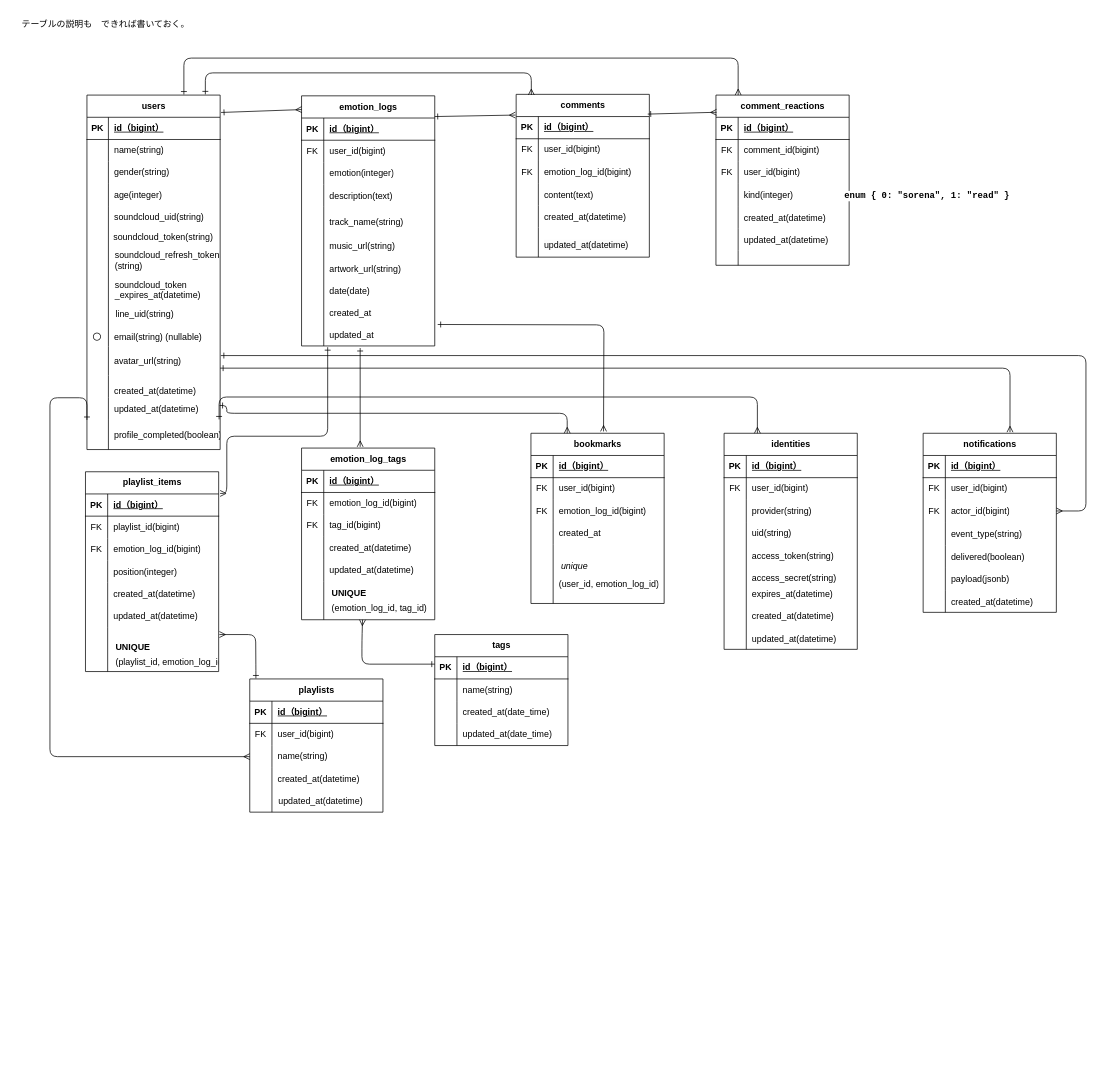
Earlier version of the draw.io diagram docs/diagrams/emotion_music_er.drawio (morikkosan/emotion_music_box). Source tidied: cells renumbered, new cells numbered last; positions are measured from the earlier drawing's top-left corner, leaving out a move shared by most shapes. Both pictures are drawn from the tidied source at 74%, with x=0, y=0 at pixel (13, 13).
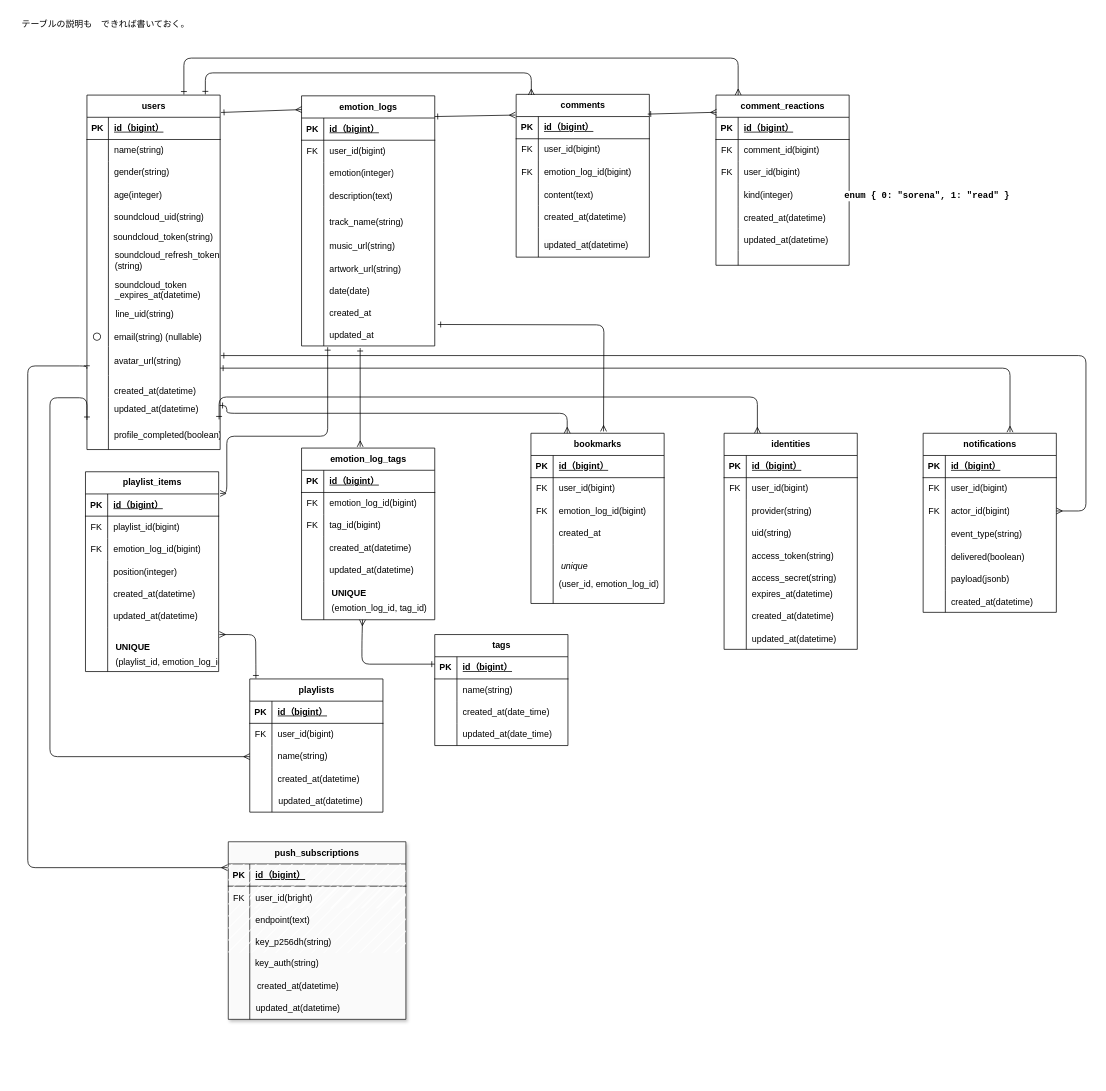
The same page after the edit.

Commit message (it also covers changes not shown here):
docs:read meの修正　er図のテーブル追加　#98

The change refers to these unchanged cells:
```xml
<mxCell id="18" style="shape=tableRow;horizontal=0;startSize=0;swimlaneHead=0;swimlaneBody=0;fillColor=none;points=[[0,0.5],[1,0.5]];portConstraint=eastwest;top=0;left=0;right=0;bottom=0;" parent="2" vertex="1">
  <mxGeometry y="340" width="180" height="39" as="geometry" />
</mxCell>
```

Diff of the diagram source:
```diff
@@
-<mxGraphModel>
+<mxGraphModel background="#ffffff">
@@
+    <mxCell id="301" style="fontSize=12;html=1;endArrow=ERmany;startArrow=ERone;startFill=0;endFill=0;strokeColor=default;edgeStyle=orthogonalEdgeStyle;exitX=-0.001;exitY=0.764;exitDx=0;exitDy=0;exitPerimeter=0;" parent="1" edge="1" source="18">
+      <mxGeometry relative="1" as="geometry">
+        <mxPoint x="290" y="1155" as="targetPoint" />
+        <Array as="points">
+          <mxPoint x="100" y="477" />
+          <mxPoint x="20" y="477" />
+          <mxPoint x="20" y="1155" />
+        </Array>
+      </mxGeometry>
+    </mxCell>
+    <mxCell id="302" value="push_subscriptions" style="shape=table;startSize=30;childLayout=tableLayout;rowLines=0;fontStyle=1;align=center;shadow=1;swimlaneFillColor=default;strokeColor=default;strokeWidth=1;perimeterSpacing=0;opacity=90;fillColor=default;gradientColor=none;fillStyle=auto;swimlaneLine=1;rounded=0;spacing=3;" parent="1" vertex="1">
+      <mxGeometry x="291" y="1120" width="240" height="240" as="geometry" />
+    </mxCell>
+    <mxCell id="303" style="shape=tableRow;horizontal=0;startSize=0;swimlaneHead=0;swimlaneBody=0;fillColor=default;top=0;left=0;right=0;bottom=1;gradientColor=none;fillStyle=hatch;swimlaneLine=1;" parent="302" vertex="1">
+      <mxGeometry y="30" width="240" height="30" as="geometry" />
+    </mxCell>
+    <mxCell id="304" value="PK" style="shape=partialRectangle;fillColor=default;top=0;left=0;bottom=0;right=0;fontStyle=1;overflow=hidden;gradientColor=none;fillStyle=hatch;swimlaneLine=1;" parent="303" vertex="1">
+      <mxGeometry width="29" height="30" as="geometry" />
+    </mxCell>
+    <mxCell id="305" value="id（bigint）" style="shape=partialRectangle;fillColor=default;top=0;left=0;bottom=0;right=0;align=left;spacingLeft=6;fontStyle=5;overflow=hidden;gradientColor=none;fillStyle=hatch;swimlaneLine=1;" parent="303" vertex="1">
+      <mxGeometry x="29" width="211" height="30" as="geometry" />
+    </mxCell>
+    <mxCell id="306" style="shape=tableRow;horizontal=0;startSize=0;swimlaneHead=0;swimlaneBody=0;fillColor=default;top=0;left=0;right=0;bottom=0;gradientColor=none;fillStyle=hatch;swimlaneLine=1;" parent="302" vertex="1">
+      <mxGeometry y="60" width="240" height="30" as="geometry" />
+    </mxCell>
+    <mxCell id="307" value="FK" style="shape=partialRectangle;fillColor=default;top=0;left=0;bottom=0;right=0;overflow=hidden;gradientColor=none;fillStyle=hatch;swimlaneLine=1;" parent="306" vertex="1">
+      <mxGeometry width="29" height="30" as="geometry" />
+    </mxCell>
+    <mxCell id="308" value="user_id(bright)" style="shape=partialRectangle;fillColor=default;top=0;left=0;bottom=0;right=0;align=left;spacingLeft=6;overflow=hidden;strokeWidth=3;perimeterSpacing=2;gradientColor=none;fillStyle=hatch;swimlaneLine=1;" parent="306" vertex="1">
+      <mxGeometry x="29" width="211" height="30" as="geometry" />
+    </mxCell>
+    <mxCell id="309" style="shape=tableRow;horizontal=0;startSize=0;swimlaneHead=0;swimlaneBody=0;fillColor=default;top=0;left=0;right=0;bottom=0;gradientColor=none;fillStyle=hatch;swimlaneLine=1;" parent="302" vertex="1">
+      <mxGeometry y="90" width="240" height="30" as="geometry" />
+    </mxCell>
+    <mxCell id="310" style="shape=partialRectangle;fillColor=default;top=0;left=0;bottom=0;right=0;overflow=hidden;gradientColor=none;fillStyle=hatch;swimlaneLine=1;" parent="309" vertex="1">
+      <mxGeometry width="29" height="30" as="geometry" />
+    </mxCell>
+    <mxCell id="311" value="endpoint(text)" style="shape=partialRectangle;fillColor=default;top=0;left=0;bottom=0;right=0;align=left;spacingLeft=6;overflow=hidden;gradientColor=none;fillStyle=hatch;swimlaneLine=1;" parent="309" vertex="1">
+      <mxGeometry x="29" width="211" height="30" as="geometry" />
+    </mxCell>
+    <mxCell id="312" style="shape=tableRow;horizontal=0;startSize=0;swimlaneHead=0;swimlaneBody=0;fillColor=default;points=[[0,0.5],[1,0.5]];portConstraint=eastwest;top=0;left=0;right=0;bottom=0;gradientColor=none;fillStyle=hatch;swimlaneLine=1;" parent="302" vertex="1">
+      <mxGeometry y="120" width="240" height="30" as="geometry" />
+    </mxCell>
+    <mxCell id="313" style="shape=partialRectangle;fillColor=default;top=0;left=0;bottom=0;right=0;overflow=hidden;gradientColor=none;fillStyle=hatch;swimlaneLine=1;" parent="312" vertex="1">
+      <mxGeometry width="29" height="30" as="geometry" />
+    </mxCell>
+    <mxCell id="314" value="key_p256dh(string)" style="shape=partialRectangle;fillColor=default;top=0;left=0;bottom=0;right=0;align=left;spacingLeft=6;overflow=hidden;noLabel=0;labelPadding=0;gradientColor=none;fillStyle=hatch;swimlaneLine=1;" parent="312" vertex="1">
+      <mxGeometry x="29" width="211" height="30" as="geometry" />
+    </mxCell>
+    <mxCell id="315" style="endArrow=none;html=1;exitX=0.121;exitY=1;exitDx=0;exitDy=0;exitPerimeter=0;" parent="1" edge="1" source="312">
+      <mxGeometry relative="1" as="geometry">
+        <mxPoint x="320" y="1360" as="targetPoint" />
+      </mxGeometry>
+    </mxCell>
+    <mxCell id="316" style="shape=table;startSize=0;childLayout=tableLayout;fontSize=11;fillColor=none;strokeColor=none;" parent="1" vertex="1">
+      <mxGeometry x="350" y="1090" width="60" height="60" as="geometry" />
+    </mxCell>
+    <mxCell id="317" style="shape=table;startSize=0;childLayout=tableLayout;fontSize=11;fillColor=none;strokeColor=none;" parent="1" vertex="1">
+      <mxGeometry x="350" y="1090" width="60" height="60" as="geometry" />
+    </mxCell>
+    <mxCell id="318" value="key_auth(string)" style="text;html=1;align=center;verticalAlign=middle;strokeColor=none;fillColor=none;" parent="1" vertex="1">
+      <mxGeometry x="315" y="1270" width="110" height="30" as="geometry" />
+    </mxCell>
+    <mxCell id="319" style="shape=table;startSize=0;childLayout=tableLayout;fontSize=11;fillColor=none;strokeColor=none;" parent="1" vertex="1">
+      <mxGeometry x="340" y="1380" width="60" height="60" as="geometry" />
+    </mxCell>
+    <mxCell id="320" value="created_at(datetime)" style="text;html=1;align=center;verticalAlign=middle;strokeColor=none;fillColor=none;" parent="1" vertex="1">
+      <mxGeometry x="320" y="1300" width="130" height="30" as="geometry" />
+    </mxCell>
+    <mxCell id="321" value="updated_at(datetime)" style="text;html=1;align=center;verticalAlign=middle;strokeColor=none;fillColor=none;" parent="1" vertex="1">
+      <mxGeometry x="315" y="1330" width="140" height="30" as="geometry" />
+    </mxCell>
```
